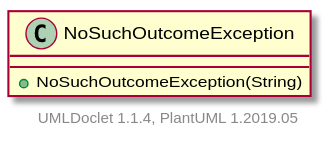
apache/jspwiki-site keeps this PlantUML diagram as apidocs/2.11.0.M8-SNAPSHOT/org/apache/wiki/workflow/NoSuchOutcomeException.svg. Above is the earlier version.
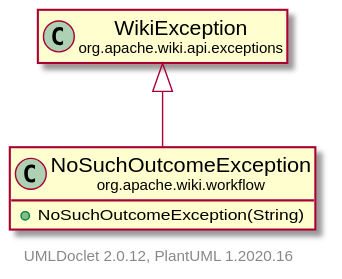
The same diagram one commit later.

Diff of the diagram source:
```diff
@@ -1,9 +1,15 @@
 @startuml
+    set namespaceSeparator none
+    hide empty fields
+    hide empty methods
 
-    class NoSuchOutcomeException [[NoSuchOutcomeException.html]] {
+    class "<size:14>NoSuchOutcomeException\n<size:10>org.apache.wiki.workflow" as org.apache.wiki.workflow.NoSuchOutcomeException [[NoSuchOutcomeException.html]] {
         +NoSuchOutcomeException(String)
     }
 
+    class "<size:14>WikiException\n<size:10>org.apache.wiki.api.exceptions" as org.apache.wiki.api.exceptions.WikiException [[../api/exceptions/WikiException.html]]
 
-    center footer UMLDoclet 1.1.4, PlantUML 1.2019.05
+    org.apache.wiki.api.exceptions.WikiException <|-- org.apache.wiki.workflow.NoSuchOutcomeException
+
+    center footer UMLDoclet 2.0.12, PlantUML 1.2020.16
 @enduml
```
